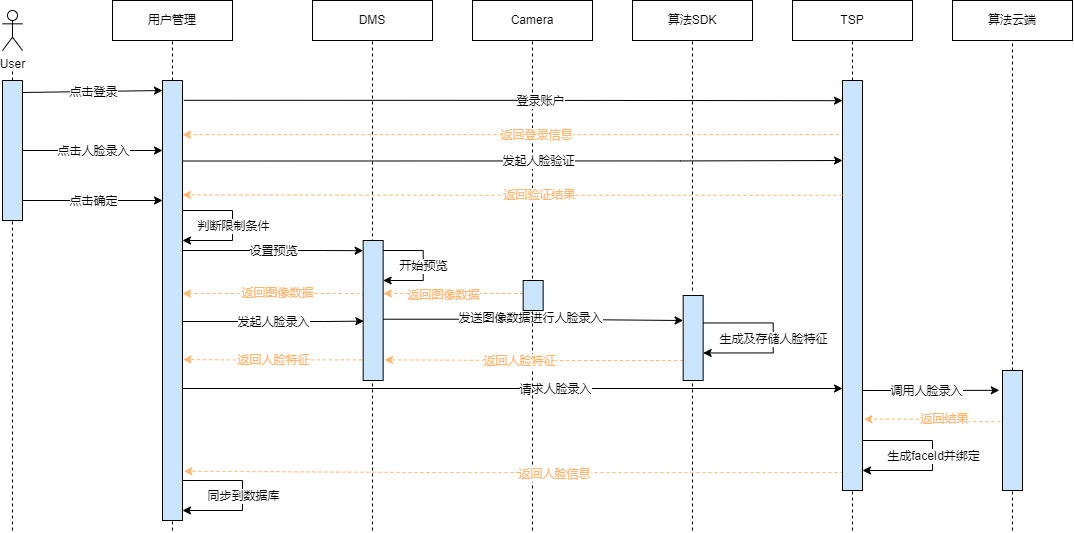
Earlier version of the draw.io export x9hp/人脸录入时序图.png (notigit/Image). Source tidied: cells renumbered, new cells last; positions are measured from the earlier drawing's top-left corner, leaving out a move shared by most shapes.
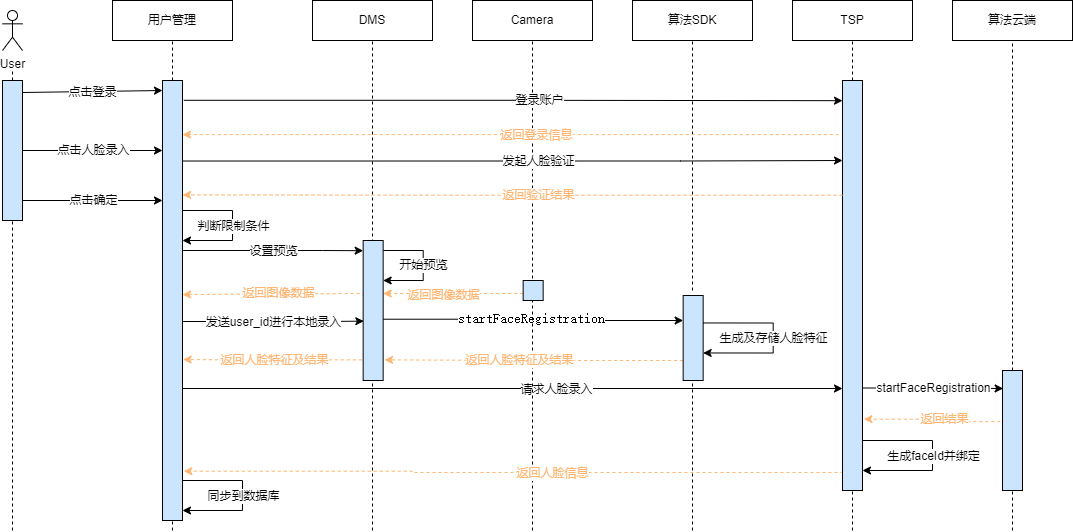
After the change.

Commit message:
更新人脸录入时序图.png

What changed in the source:
```diff
@@ -32,7 +32,7 @@
         </Array>
       </mxGeometry>
     </mxCell>
-    <mxCell id="8" value="发起人脸录入" style="edgeLabel;html=1;align=center;verticalAlign=middle;fontColor=#000000;" parent="7" vertex="1">
+    <mxCell id="8" value="发送user_id进行本地录入" style="edgeLabel;html=1;align=center;verticalAlign=middle;fontColor=#000000;" parent="7" vertex="1">
       <mxGeometry x="-0.09" relative="1" as="geometry">
         <mxPoint x="8" as="offset" />
       </mxGeometry>
@@ -52,12 +52,10 @@
         <mxPoint x="850" y="530" as="sourcePoint" />
       </mxGeometry>
     </mxCell>
-    <mxCell id="12" style="edgeStyle=orthogonalEdgeStyle;rounded=0;jettySize=auto;html=1;entryX=-0.16;entryY=0.165;entryDx=0;entryDy=0;fontColor=#000000;strokeColor=#000000;entryPerimeter=0;" parent="1" edge="1" target="36">
-      <mxGeometry relative="1" as="geometry">
-        <mxPoint x="850" y="390" as="sourcePoint" />
-      </mxGeometry>
+    <mxCell id="12" style="edgeStyle=orthogonalEdgeStyle;rounded=0;jettySize=auto;html=1;entryX=0.033;entryY=0.15;entryDx=0;entryDy=0;fontColor=#000000;strokeColor=#000000;entryPerimeter=0;exitX=1;exitY=0.75;exitDx=0;exitDy=0;" parent="1" edge="1" source="45" target="36">
+      <mxGeometry relative="1" as="geometry" />
     </mxCell>
-    <mxCell id="13" value="调用人脸录入" style="edgeLabel;html=1;align=center;verticalAlign=middle;fontColor=#000000;" parent="12" vertex="1">
+    <mxCell id="13" value="startFaceRegistration" style="edgeLabel;html=1;align=center;verticalAlign=middle;fontColor=#000000;" parent="12" vertex="1">
       <mxGeometry x="-0.29" y="3" relative="1" as="geometry">
         <mxPoint x="20" y="3" as="offset" />
       </mxGeometry>
@@ -94,7 +92,7 @@
         </Array>
       </mxGeometry>
     </mxCell>
-    <mxCell id="19" value="发送图像数据进行人脸录入" style="edgeLabel;html=1;align=center;verticalAlign=middle;fontColor=#000000;" parent="18" vertex="1">
+    <mxCell id="19" value="&lt;pre style=&quot;font-size: 10.5pt&quot;&gt;&lt;font style=&quot;background-color: rgb(255 , 255 , 255)&quot;&gt;startFaceRegistration&lt;/font&gt;&lt;/pre&gt;" style="edgeLabel;html=1;align=center;verticalAlign=middle;fontColor=#000000;" parent="18" vertex="1">
       <mxGeometry x="-0.14" y="1" relative="1" as="geometry">
         <mxPoint x="19" as="offset" />
       </mxGeometry>
@@ -121,7 +119,7 @@
       <mxGeometry x="0.14" y="1" relative="1" as="geometry" />
     </mxCell>
     <mxCell id="24" style="rounded=0;whiteSpace=wrap;html=1;fillColor=#CCE5FF;" parent="1" vertex="1">
-      <mxGeometry x="520.7" y="280" width="20" height="30" as="geometry" />
+      <mxGeometry x="520.7" y="280" width="20" height="20" as="geometry" />
     </mxCell>
     <mxCell id="25" style="endArrow=classic;html=1;rounded=0;fontSize=11;edgeStyle=orthogonalEdgeStyle;" parent="1" edge="1">
       <mxGeometry relative="1" as="geometry">
@@ -162,7 +160,7 @@
         </Array>
       </mxGeometry>
     </mxCell>
-    <mxCell id="32" value="返回人脸特征" style="edgeLabel;html=1;align=center;verticalAlign=middle;fontColor=#FFB570;" parent="31" vertex="1">
+    <mxCell id="32" value="返回人脸特征及结果" style="edgeLabel;html=1;align=center;verticalAlign=middle;fontColor=#FFB570;" parent="31" vertex="1">
       <mxGeometry x="0.1" relative="1" as="geometry" />
     </mxCell>
     <mxCell id="33" style="endArrow=none;dashed=1;html=1;rounded=0;startArrow=none;entryX=0.5;entryY=1;entryDx=0;entryDy=0;" parent="1" edge="1">
@@ -181,7 +179,7 @@
         </Array>
       </mxGeometry>
     </mxCell>
-    <mxCell id="35" value="返回人脸特征" style="edgeLabel;html=1;align=center;verticalAlign=middle;fontColor=#FFB570;" parent="34" vertex="1">
+    <mxCell id="35" value="返回人脸特征及结果" style="edgeLabel;html=1;align=center;verticalAlign=middle;fontColor=#FFB570;" parent="34" vertex="1">
       <mxGeometry x="0.1" relative="1" as="geometry">
         <mxPoint x="10" as="offset" />
       </mxGeometry>
```
